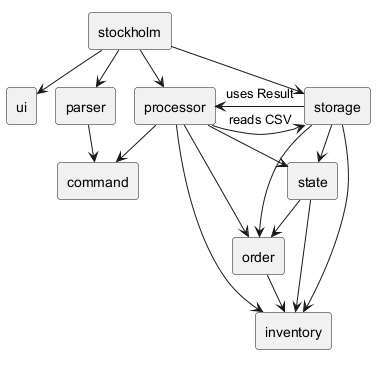
AY2627S1-CS2113-W14-4/tp keeps this PlantUML diagram as docs/images/CouplingDiagram.png. Above is the earlier version.
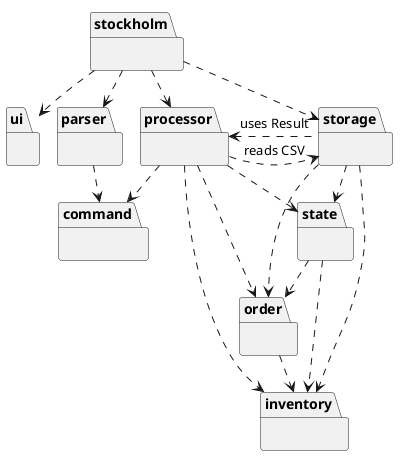
After the change.

Commit message:
Draw package dependencies with UML package notation

What changed in the source:
```diff
@@ -1,34 +1,40 @@
 @startuml
 !pragma layout smetana
-skinparam rectangle {
-    RoundCorner 6
+
+package stockholm as main {
+}
+package ui {
+}
+package parser {
+}
+package processor {
+}
+package storage {
+}
+package command {
+}
+package state {
+}
+package order {
+}
+package inventory {
 }
 
-rectangle stockholm as main
-rectangle ui
-rectangle parser
-rectangle processor
-rectangle storage
-rectangle command
-rectangle state
-rectangle order
-rectangle inventory
-
-main -down-> ui
-main -down-> parser
-main -down-> processor
-main -down-> storage
-parser -down-> command
-processor -down-> command
-processor -down-> state
-processor -down-> order
-processor -down-> inventory
-processor -right-> storage : reads CSV
-storage -left-> processor : uses Result
-storage -down-> state
-storage -down-> order
-storage -down-> inventory
-state -down-> order
-state -down-> inventory
-order -down-> inventory
+main .down.> ui
+main .down.> parser
+main .down.> processor
+main .down.> storage
+parser .down.> command
+processor .down.> command
+processor .down.> state
+processor .down.> order
+processor .down.> inventory
+processor .right.> storage : reads CSV
+storage .left.> processor : uses Result
+storage .down.> state
+storage .down.> order
+storage .down.> inventory
+state .down.> order
+state .down.> inventory
+order .down.> inventory
 @enduml
```
